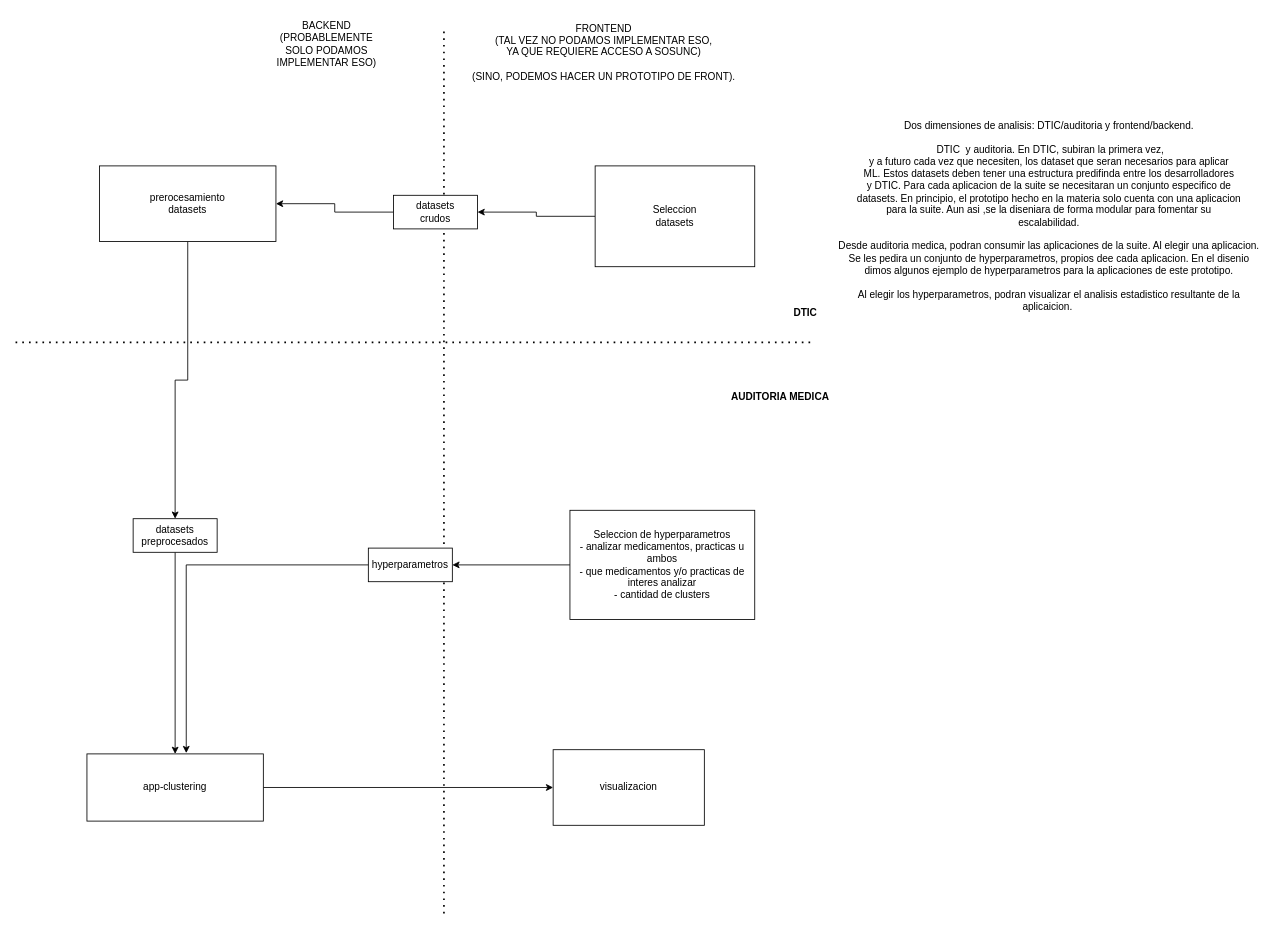
Before: disenio_producto.drawio in AdrianoLusso/Clustering_healthcare_sequences, a draw.io diagram. Source tidied: cells renumbered, new cells numbered last; positions are measured from the earlier drawing's top-left corner, leaving out a move shared by most shapes. Both pictures are drawn from the tidied source at 84%, with x=0, y=0 at pixel (15, 14).
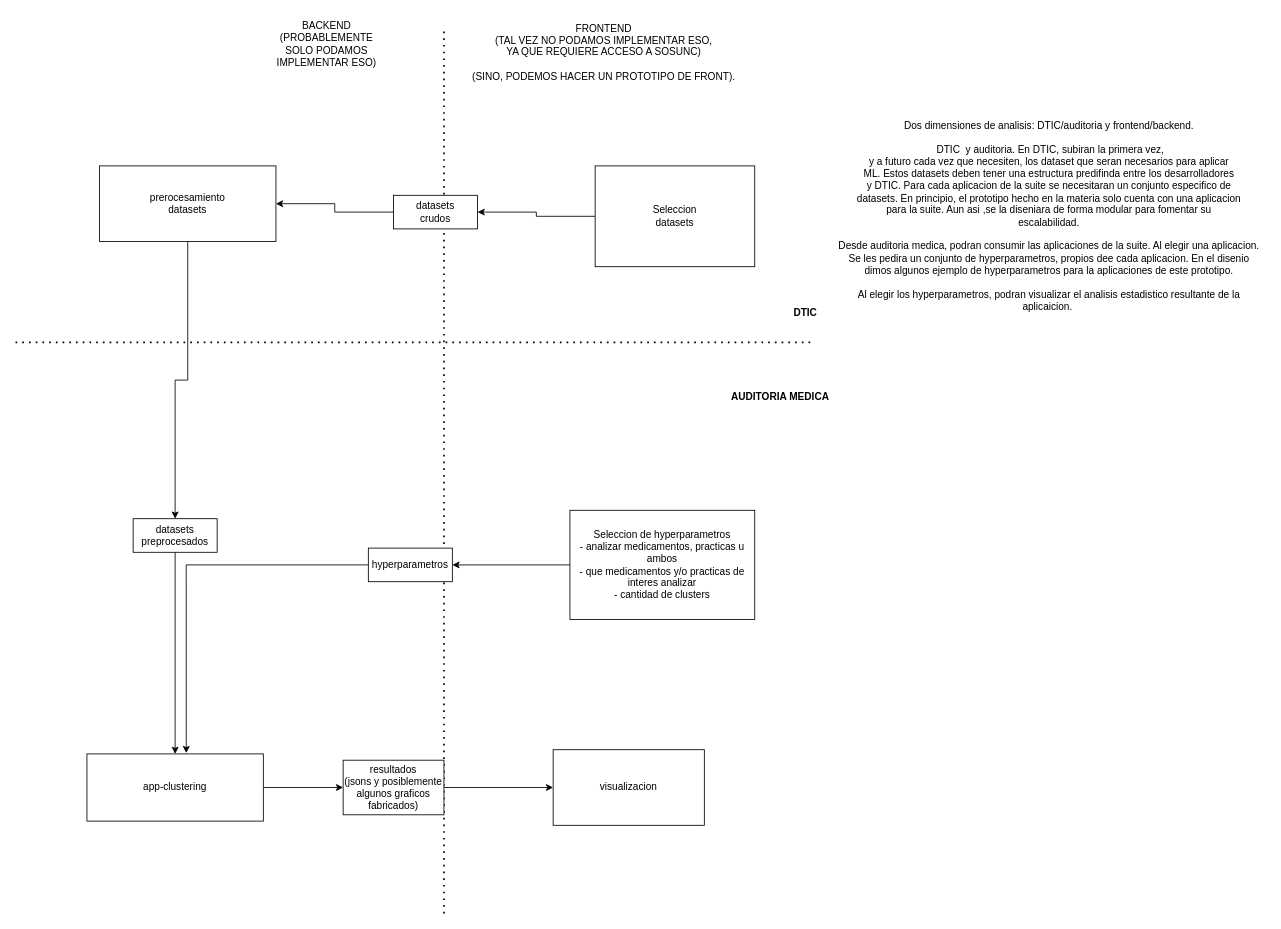
Above is the later version.

The change refers to these unchanged cells:
```xml
<mxCell id="4" value="app-clustering" style="whiteSpace=wrap;html=1;align=center;" parent="1" vertex="1">
  <mxGeometry x="85" y="880" width="210" height="80" as="geometry" />
</mxCell>
<mxCell id="7" value="visualizacion" style="whiteSpace=wrap;html=1;align=center;" parent="1" vertex="1">
  <mxGeometry x="640" y="875" width="180" height="90" as="geometry" />
</mxCell>
```

Change to the diagram source:
```diff
@@
-    <mxCell id="3" style="edgeStyle=orthogonalEdgeStyle;rounded=0;jettySize=auto;html=1;" parent="1" edge="1" source="4" target="7">
-      <mxGeometry relative="1" as="geometry" />
-    </mxCell>
+    <mxCell id="24" style="edgeStyle=orthogonalEdgeStyle;rounded=0;jettySize=auto;html=1;" parent="1" edge="1" source="4" target="26">
+      <mxGeometry relative="1" as="geometry" />
+    </mxCell>
@@
+    <mxCell id="25" style="edgeStyle=orthogonalEdgeStyle;rounded=0;jettySize=auto;html=1;" parent="1" edge="1" source="26" target="7">
+      <mxGeometry relative="1" as="geometry" />
+    </mxCell>
+    <mxCell id="26" value="resultados&lt;div&gt;(jsons y posiblemente algunos graficos fabricados)&lt;/div&gt;" style="whiteSpace=wrap;html=1;align=center;" parent="1" vertex="1">
+      <mxGeometry x="390" y="887.5" width="120" height="65" as="geometry" />
+    </mxCell>
```
